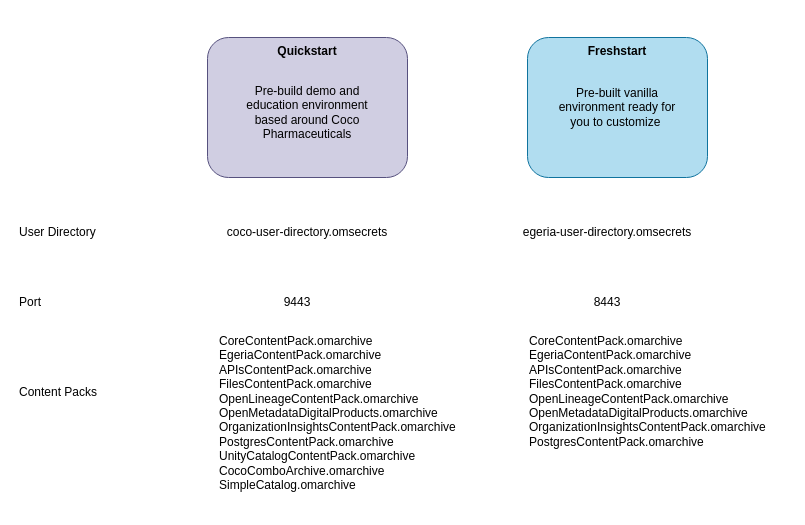
This is page "environments" (5 of 5) of site/docs/egeria-workspaces/egeria-workspaces.drawio from odpi/egeria-docs, a draw.io file, before an edit. Source tidied: cells renumbered, new cells numbered last; positions are measured from the earlier drawing's top-left corner, leaving out a move shared by most shapes. Both pictures are drawn from the tidied source at 100%, with x=0, y=0 at pixel (17, 37).
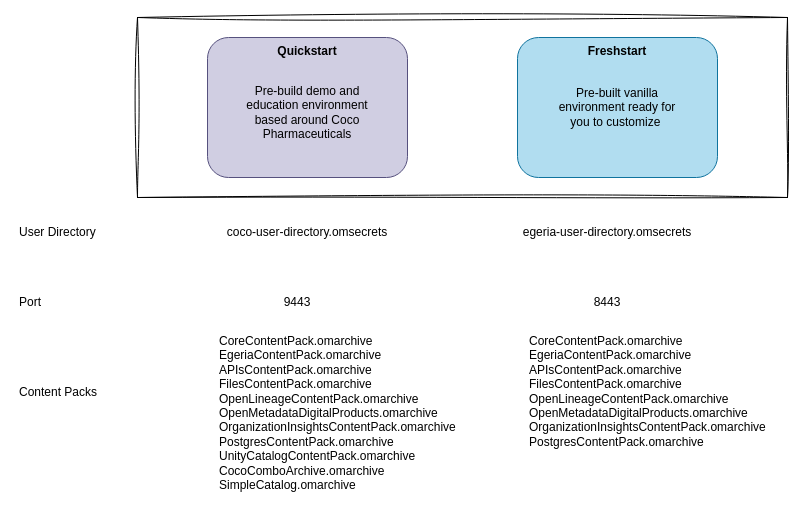
After the change.

What changed in the source:
```diff
@@
 <mxGraphModel>
   <root>
     <mxCell id="0" />
     <mxCell id="1" parent="0" />
+    <mxCell id="15" style="rounded=0;whiteSpace=wrap;html=1;sketch=1;curveFitting=1;jiggle=2;" parent="1" vertex="1">
+      <mxGeometry x="120" y="-20" width="650" height="180" as="geometry" />
+    </mxCell>
     <mxCell id="2" value="Quickstart" style="rounded=1;whiteSpace=wrap;html=1;fontStyle=1;verticalAlign=top;fillColor=#d0cee2;strokeColor=#56517e;" parent="1" vertex="1">
       <mxGeometry x="190" width="200" height="140" as="geometry" />
     </mxCell>
     <mxCell id="3" value="Freshstart" style="rounded=1;whiteSpace=wrap;html=1;fontStyle=1;verticalAlign=top;fillColor=#b1ddf0;strokeColor=#10739e;" parent="1" vertex="1">
-      <mxGeometry x="510" width="180" height="140" as="geometry" />
+      <mxGeometry x="500" width="200" height="140" as="geometry" />
     </mxCell>
     <mxCell id="4" value="Pre-built vanilla environment ready for you to customize&amp;nbsp;" style="text;html=1;whiteSpace=wrap;strokeColor=none;fillColor=none;align=center;verticalAlign=middle;rounded=0;" parent="1" vertex="1">
       <mxGeometry x="530" y="40" width="140" height="60" as="geometry" />
     </mxCell>
     <mxCell id="5" value="Pre-build demo and education environment based around Coco Pharmaceuticals" style="text;html=1;whiteSpace=wrap;strokeColor=none;fillColor=none;align=center;verticalAlign=middle;rounded=0;" parent="1" vertex="1">
       <mxGeometry x="220" y="40" width="140" height="70" as="geometry" />
     </mxCell>
     <mxCell id="6" value="User Directory" style="text;html=1;whiteSpace=wrap;strokeColor=none;fillColor=none;align=left;verticalAlign=middle;rounded=0;" parent="1" vertex="1">
       <mxGeometry y="180" width="100" height="30" as="geometry" />
     </mxCell>
     <mxCell id="7" value="coco-user-directory.omsecrets" style="text;html=1;whiteSpace=wrap;strokeColor=none;fillColor=none;align=center;verticalAlign=middle;rounded=0;" parent="1" vertex="1">
       <mxGeometry x="190" y="180" width="200" height="30" as="geometry" />
     </mxCell>
     <mxCell id="8" value="egeria-user-directory.omsecrets" style="text;html=1;whiteSpace=wrap;strokeColor=none;fillColor=none;align=center;verticalAlign=middle;rounded=0;" parent="1" vertex="1">
       <mxGeometry x="490" y="180" width="200" height="30" as="geometry" />
     </mxCell>
     <mxCell id="9" value="Content Packs" style="text;html=1;whiteSpace=wrap;strokeColor=none;fillColor=none;align=left;verticalAlign=middle;rounded=0;" parent="1" vertex="1">
       <mxGeometry y="340" width="110" height="30" as="geometry" />
     </mxCell>
     <mxCell id="10" value="Port" style="text;html=1;whiteSpace=wrap;strokeColor=none;fillColor=none;align=left;verticalAlign=middle;rounded=0;" parent="1" vertex="1">
       <mxGeometry y="250" width="60" height="30" as="geometry" />
     </mxCell>
     <mxCell id="11" value="9443" style="text;html=1;whiteSpace=wrap;strokeColor=none;fillColor=none;align=center;verticalAlign=middle;rounded=0;" parent="1" vertex="1">
       <mxGeometry x="250" y="250" width="60" height="30" as="geometry" />
     </mxCell>
     <mxCell id="12" value="8443" style="text;html=1;whiteSpace=wrap;strokeColor=none;fillColor=none;align=center;verticalAlign=middle;rounded=0;" parent="1" vertex="1">
       <mxGeometry x="560" y="250" width="60" height="30" as="geometry" />
     </mxCell>
     <mxCell id="13" value="CoreContentPack.omarchive&lt;div&gt;EgeriaContentPack.omarchive&lt;/div&gt;&lt;div&gt;APIsContentPack.omarchive&lt;/div&gt;&lt;div&gt;FilesContentPack.omarchive&lt;/div&gt;&lt;div&gt;OpenLineageContentPack.omarchive&lt;/div&gt;&lt;div&gt;OpenMetadataDigitalProducts.omarchive&lt;/div&gt;&lt;div&gt;OrganizationInsightsContentPack.omarchive&lt;/div&gt;&lt;div&gt;PostgresContentPack.omarchive&lt;/div&gt;&lt;div&gt;UnityCatalogContentPack.omarchive&lt;/div&gt;&lt;div&gt;CocoComboArchive.omarchive&lt;/div&gt;&lt;div&gt;SimpleCatalog.omarchive&lt;/div&gt;" style="text;html=1;whiteSpace=wrap;strokeColor=none;fillColor=none;align=left;verticalAlign=top;rounded=0;" parent="1" vertex="1">
       <mxGeometry x="200" y="290" width="250" height="180" as="geometry" />
     </mxCell>
     <mxCell id="14" value="CoreContentPack.omarchive&lt;div&gt;EgeriaContentPack.omarchive&lt;/div&gt;&lt;div&gt;APIsContentPack.omarchive&lt;/div&gt;&lt;div&gt;FilesContentPack.omarchive&lt;/div&gt;&lt;div&gt;OpenLineageContentPack.omarchive&lt;/div&gt;&lt;div&gt;OpenMetadataDigitalProducts.omarchive&lt;/div&gt;&lt;div&gt;OrganizationInsightsContentPack.omarchive&lt;/div&gt;&lt;div&gt;PostgresContentPack.omarchive&lt;/div&gt;" style="text;html=1;whiteSpace=wrap;strokeColor=none;fillColor=none;align=left;verticalAlign=top;rounded=0;" parent="1" vertex="1">
       <mxGeometry x="510" y="290" width="250" height="150" as="geometry" />
     </mxCell>
   </root>
 </mxGraphModel>
```
